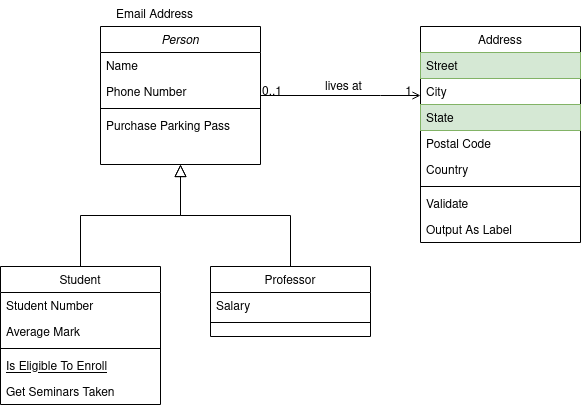
Earlier version of the draw.io export diagram.png (dtcg/republique). Source tidied: cells renumbered, new cells last; positions are measured from the earlier drawing's top-left corner, leaving out a move shared by most shapes.
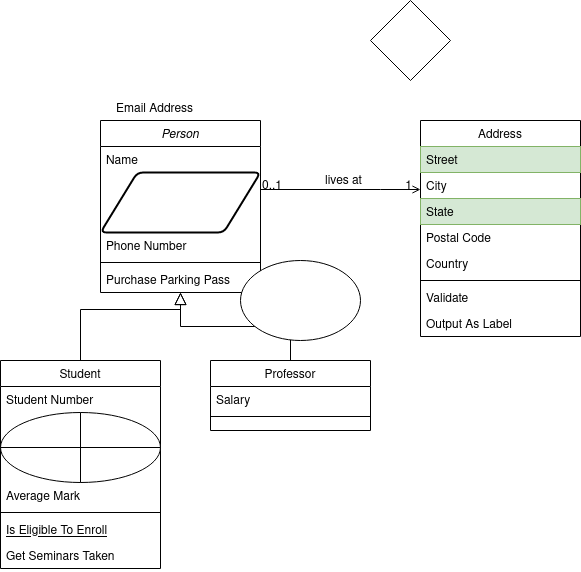
The same diagram one commit later.

What changed in the source:
```diff
@@ -3,37 +3,43 @@
     <mxCell id="0" />
     <mxCell id="1" parent="0" />
     <mxCell id="2" value="Person" style="swimlane;fontStyle=2;align=center;verticalAlign=top;horizontal=1;startSize=26;swimlaneFillColor=#ffffff;rounded=0;shadow=0;strokeWidth=1;" parent="1" vertex="1">
-      <mxGeometry x="100" y="26" width="160" height="138" as="geometry" />
+      <mxGeometry x="100" y="26" width="160" height="172" as="geometry" />
     </mxCell>
     <mxCell id="3" value="Name" style="text;strokeColor=none;fillColor=none;align=left;verticalAlign=top;spacingLeft=4;spacingRight=4;overflow=hidden;" parent="2" vertex="1">
       <mxGeometry y="26" width="160" height="26" as="geometry" />
     </mxCell>
+    <mxCell id="32" style="shape=parallelogram;html=1;strokeWidth=2;perimeter=parallelogramPerimeter;whiteSpace=wrap;rounded=1;arcSize=12;size=0.23;" parent="2" vertex="1">
+      <mxGeometry y="52" width="160" height="60" as="geometry" />
+    </mxCell>
     <mxCell id="4" value="Phone Number" style="text;strokeColor=none;fillColor=none;align=left;verticalAlign=top;spacingLeft=4;spacingRight=4;overflow=hidden;rounded=0;shadow=0;html=0;" parent="2" vertex="1">
-      <mxGeometry y="52" width="160" height="26" as="geometry" />
+      <mxGeometry y="112" width="160" height="26" as="geometry" />
     </mxCell>
     <mxCell id="5" style="line;html=1;strokeWidth=1;fillColor=none;align=left;verticalAlign=middle;spacingTop=-1;spacingLeft=3;spacingRight=3;labelPosition=right;" parent="2" vertex="1">
-      <mxGeometry y="78" width="160" height="8" as="geometry" />
+      <mxGeometry y="138" width="160" height="8" as="geometry" />
     </mxCell>
     <mxCell id="6" value="Purchase Parking Pass" style="text;strokeColor=none;fillColor=none;align=left;verticalAlign=top;spacingLeft=4;spacingRight=4;overflow=hidden;" parent="2" vertex="1">
-      <mxGeometry y="86" width="160" height="26" as="geometry" />
+      <mxGeometry y="146" width="160" height="26" as="geometry" />
     </mxCell>
     <mxCell id="7" value="Student" style="swimlane;fontStyle=0;align=center;verticalAlign=top;horizontal=1;startSize=26;swimlaneFillColor=#ffffff;rounded=0;shadow=0;strokeWidth=1;" parent="1" vertex="1">
-      <mxGeometry y="266" width="160" height="138" as="geometry" />
+      <mxGeometry y="266" width="160" height="208" as="geometry" />
     </mxCell>
     <mxCell id="8" value="Student Number" style="text;strokeColor=none;fillColor=none;align=left;verticalAlign=top;spacingLeft=4;spacingRight=4;overflow=hidden;" parent="7" vertex="1">
       <mxGeometry y="26" width="160" height="26" as="geometry" />
     </mxCell>
+    <mxCell id="33" style="verticalLabelPosition=bottom;verticalAlign=top;html=1;shape=mxgraph.flowchart.summing_function;" parent="7" vertex="1">
+      <mxGeometry y="52" width="160" height="70" as="geometry" />
+    </mxCell>
     <mxCell id="9" value="Average Mark" style="text;strokeColor=none;fillColor=none;align=left;verticalAlign=top;spacingLeft=4;spacingRight=4;overflow=hidden;rounded=0;shadow=0;html=0;" parent="7" vertex="1">
-      <mxGeometry y="52" width="160" height="26" as="geometry" />
+      <mxGeometry y="122" width="160" height="26" as="geometry" />
     </mxCell>
     <mxCell id="10" style="line;html=1;strokeWidth=1;fillColor=none;align=left;verticalAlign=middle;spacingTop=-1;spacingLeft=3;spacingRight=3;labelPosition=right;" parent="7" vertex="1">
-      <mxGeometry y="78" width="160" height="8" as="geometry" />
+      <mxGeometry y="148" width="160" height="8" as="geometry" />
     </mxCell>
     <mxCell id="11" value="Is Eligible To Enroll" style="text;strokeColor=none;fillColor=none;align=left;verticalAlign=top;spacingLeft=4;spacingRight=4;overflow=hidden;fontStyle=4;" parent="7" vertex="1">
-      <mxGeometry y="86" width="160" height="26" as="geometry" />
+      <mxGeometry y="156" width="160" height="26" as="geometry" />
     </mxCell>
     <mxCell id="12" value="Get Seminars Taken" style="text;strokeColor=none;fillColor=none;align=left;verticalAlign=top;spacingLeft=4;spacingRight=4;overflow=hidden;" parent="7" vertex="1">
-      <mxGeometry y="112" width="160" height="26" as="geometry" />
+      <mxGeometry y="182" width="160" height="26" as="geometry" />
     </mxCell>
     <mxCell id="13" style="endArrow=block;endSize=10;endFill=0;shadow=0;strokeWidth=1;edgeStyle=orthogonalEdgeStyle;rounded=0;" parent="1" edge="1" source="7" target="2">
       <mxGeometry relative="1" as="geometry">
@@ -111,5 +117,11 @@
     <mxCell id="31" value="Email Address" style="text;strokeColor=none;fillColor=none;align=left;verticalAlign=top;spacingLeft=4;spacingRight=4;overflow=hidden;rounded=0;shadow=0;html=0;" parent="1" vertex="1">
       <mxGeometry x="110" width="160" height="26" as="geometry" />
     </mxCell>
+    <mxCell id="34" style="rhombus;whiteSpace=wrap;html=1;" parent="1" vertex="1">
+      <mxGeometry x="370" y="-94" width="80" height="80" as="geometry" />
+    </mxCell>
+    <mxCell id="35" style="ellipse;whiteSpace=wrap;html=1;" parent="1" vertex="1">
+      <mxGeometry x="240" y="166" width="120" height="80" as="geometry" />
+    </mxCell>
   </root>
 </mxGraphModel>
```
